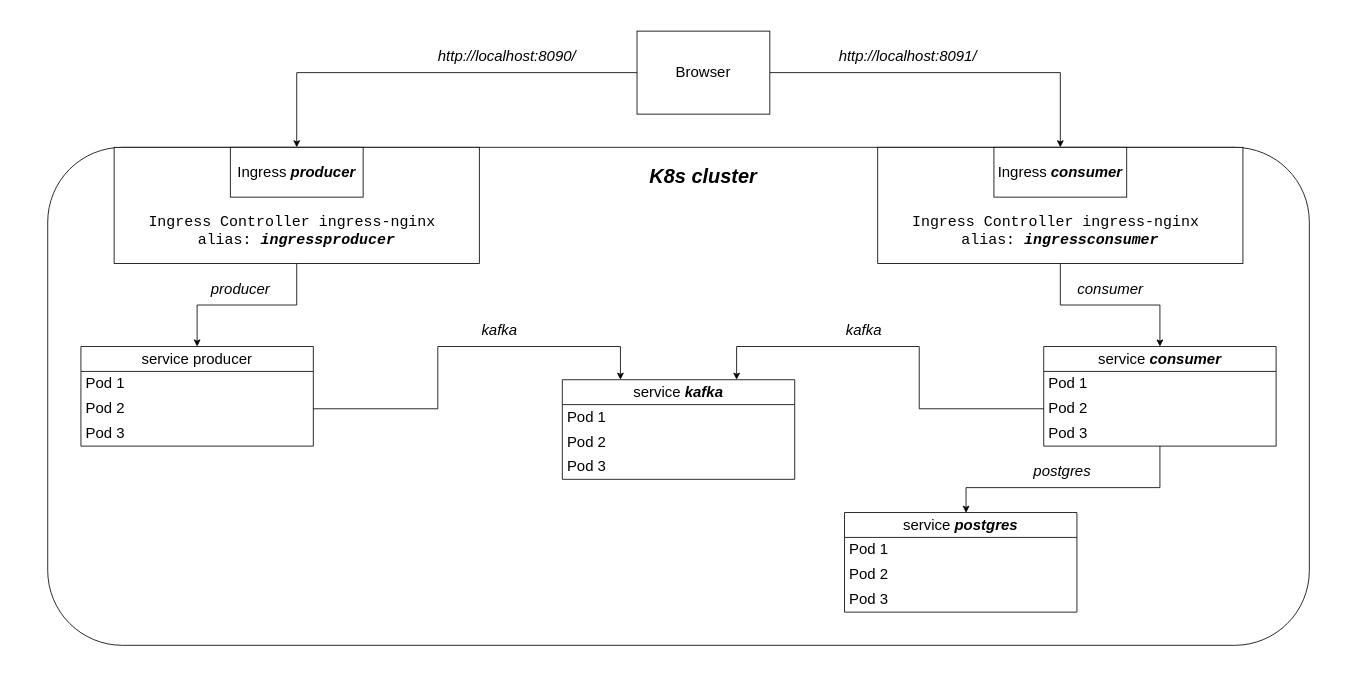
Before: docs/Cтруктура приложения в кластере K8s.drawio in Gorchanyuk/MonitoringSystemsUsingSpringKafka, a draw.io diagram. Source tidied: cells renumbered, new cells numbered last; positions are measured from the earlier drawing's top-left corner, leaving out a move shared by most shapes. Both pictures are drawn from the tidied source at 83%, with x=0, y=0 at pixel (47, 31).
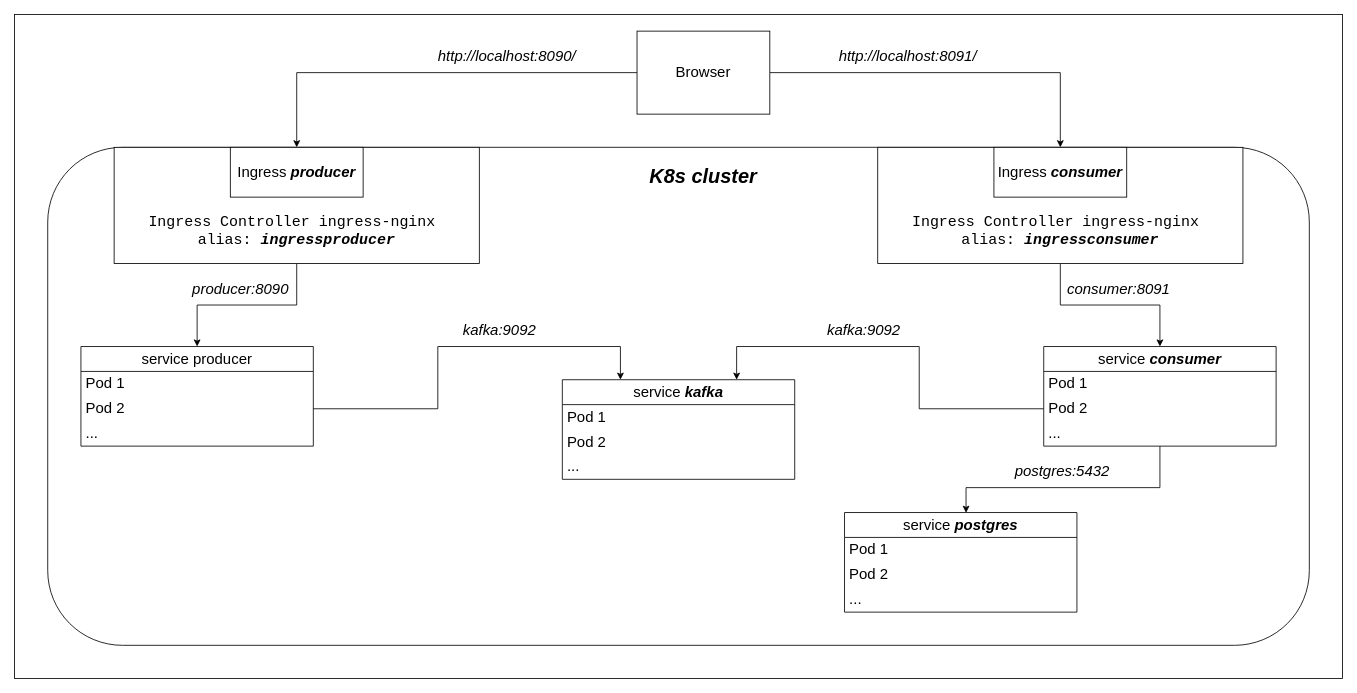
After the change.

Commit message (it also covers changes not shown here):
Отредактировал схему для Helm chart

Unchanged cells that the change refers to:
```xml
<mxCell id="8" style="edgeStyle=orthogonalEdgeStyle;rounded=0;jettySize=auto;html=1;" parent="1" edge="1" source="10" target="15">
  <mxGeometry relative="1" as="geometry" />
</mxCell>
<mxCell id="11" style="edgeStyle=orthogonalEdgeStyle;rounded=0;jettySize=auto;html=1;entryX=0.5;entryY=0;entryDx=0;entryDy=0;" parent="1" edge="1" source="13" target="21">
  <mxGeometry relative="1" as="geometry" />
</mxCell>
<mxCell id="15" value="&lt;font style=&quot;font-size: 18px;&quot;&gt;service producer&lt;/font&gt;" style="swimlane;fontStyle=0;horizontal=1;startSize=30;whiteSpace=wrap;html=1;" parent="1" vertex="1">
  <mxGeometry x="40" y="380" width="280" height="120" as="geometry" />
</mxCell>
<mxCell id="21" value="&lt;font style=&quot;font-size: 18px;&quot;&gt;service &lt;b&gt;&lt;i&gt;consumer&lt;/i&gt;&lt;/b&gt;&lt;/font&gt;" style="swimlane;fontStyle=0;horizontal=1;startSize=30;whiteSpace=wrap;html=1;" parent="1" vertex="1">
  <mxGeometry x="1200" y="380" width="280" height="120" as="geometry" />
</mxCell>
<mxCell id="25" value="&lt;font style=&quot;font-size: 18px;&quot;&gt;service &lt;i&gt;&lt;b&gt;kafka&lt;/b&gt;&lt;/i&gt;&lt;/font&gt;" style="swimlane;fontStyle=0;horizontal=1;startSize=30;whiteSpace=wrap;html=1;" parent="1" vertex="1">
  <mxGeometry x="620" y="420" width="280" height="120" as="geometry" />
</mxCell>
<mxCell id="29" style="edgeStyle=orthogonalEdgeStyle;rounded=0;jettySize=auto;html=1;entryX=0.25;entryY=0;entryDx=0;entryDy=0;" parent="1" edge="1" source="17" target="25">
  <mxGeometry relative="1" as="geometry">
    <Array as="points">
      <mxPoint x="470" y="455" />
      <mxPoint x="470" y="380" />
      <mxPoint x="690" y="380" />
    </Array>
  </mxGeometry>
</mxCell>
<mxCell id="31" style="edgeStyle=orthogonalEdgeStyle;rounded=0;jettySize=auto;html=1;entryX=0.75;entryY=0;entryDx=0;entryDy=0;" parent="1" edge="1" source="23" target="25">
  <mxGeometry relative="1" as="geometry">
    <Array as="points">
      <mxPoint x="1050" y="455" />
      <mxPoint x="1050" y="380" />
      <mxPoint x="830" y="380" />
    </Array>
  </mxGeometry>
</mxCell>
<mxCell id="33" value="&lt;font style=&quot;font-size: 18px;&quot;&gt;service &lt;b&gt;&lt;i&gt;postgres&lt;/i&gt;&lt;/b&gt;&lt;/font&gt;" style="swimlane;fontStyle=0;horizontal=1;startSize=30;whiteSpace=wrap;html=1;" parent="1" vertex="1">
  <mxGeometry x="960" y="580" width="280" height="120" as="geometry" />
</mxCell>
<mxCell id="37" style="edgeStyle=orthogonalEdgeStyle;rounded=0;jettySize=auto;html=1;entryX=0.523;entryY=0.003;entryDx=0;entryDy=0;entryPerimeter=0;" parent="1" edge="1" source="21" target="33">
  <mxGeometry relative="1" as="geometry">
    <Array as="points">
      <mxPoint x="1340" y="550" />
      <mxPoint x="1106" y="550" />
    </Array>
  </mxGeometry>
</mxCell>
```

Change to the diagram source:
```diff
@@
+    <mxCell id="39" style="rounded=0;whiteSpace=wrap;html=1;" parent="1" vertex="1">
+      <mxGeometry x="-40" y="-20" width="1600" height="800" as="geometry" />
+    </mxCell>
@@
-    <mxCell id="9" value="&lt;font style=&quot;font-size: 18px;&quot;&gt;&lt;i&gt;producer&lt;/i&gt;&lt;/font&gt;" style="edgeLabel;html=1;align=center;verticalAlign=middle;" parent="8" vertex="1">
+    <mxCell id="9" value="&lt;font style=&quot;font-size: 18px;&quot;&gt;&lt;i&gt;producer:8090&lt;/i&gt;&lt;/font&gt;" style="edgeLabel;html=1;align=center;verticalAlign=middle;" parent="8" vertex="1">
       <mxGeometry x="-0.1" y="2" relative="1" as="geometry">
         <mxPoint x="-20" y="-22" as="offset" />
       </mxGeometry>
     </mxCell>
@@
-    <mxCell id="12" value="&lt;font style=&quot;font-size: 18px;&quot;&gt;&lt;i&gt;consumer&lt;/i&gt;&lt;/font&gt;" style="edgeLabel;html=1;align=center;verticalAlign=middle;" parent="11" vertex="1">
+    <mxCell id="12" value="&lt;font style=&quot;font-size: 18px;&quot;&gt;&lt;i&gt;consumer:8091&lt;/i&gt;&lt;/font&gt;" style="edgeLabel;html=1;align=center;verticalAlign=middle;" parent="11" vertex="1">
       <mxGeometry x="0.2" y="-2" relative="1" as="geometry">
-        <mxPoint x="-23" y="-22" as="offset" />
+        <mxPoint x="-13" y="-22" as="offset" />
       </mxGeometry>
     </mxCell>
@@
-    <mxCell id="18" value="&lt;font style=&quot;font-size: 18px;&quot;&gt;Pod 3&lt;/font&gt;" style="text;strokeColor=none;fillColor=none;align=left;verticalAlign=middle;spacingLeft=4;spacingRight=4;overflow=hidden;whiteSpace=wrap;html=1;" parent="15" vertex="1">
+    <mxCell id="18" value="&lt;font style=&quot;font-size: 18px;&quot;&gt;...&lt;/font&gt;" style="text;strokeColor=none;fillColor=none;align=left;verticalAlign=middle;spacingLeft=4;spacingRight=4;overflow=hidden;whiteSpace=wrap;html=1;fontSize=18;" parent="15" vertex="1">
       <mxGeometry y="90" width="280" height="30" as="geometry" />
     </mxCell>
@@
-    <mxCell id="24" value="&lt;font style=&quot;font-size: 18px;&quot;&gt;Pod 3&lt;/font&gt;" style="text;strokeColor=none;fillColor=none;align=left;verticalAlign=middle;spacingLeft=4;spacingRight=4;overflow=hidden;whiteSpace=wrap;html=1;" parent="21" vertex="1">
+    <mxCell id="24" value="&lt;font style=&quot;font-size: 18px;&quot;&gt;...&lt;/font&gt;" style="text;strokeColor=none;fillColor=none;align=left;verticalAlign=middle;spacingLeft=4;spacingRight=4;overflow=hidden;whiteSpace=wrap;html=1;fontSize=18;" parent="21" vertex="1">
       <mxGeometry y="90" width="280" height="30" as="geometry" />
     </mxCell>
@@
-    <mxCell id="28" value="&lt;font style=&quot;font-size: 18px;&quot;&gt;Pod 3&lt;/font&gt;" style="text;strokeColor=none;fillColor=none;align=left;verticalAlign=middle;spacingLeft=4;spacingRight=4;overflow=hidden;whiteSpace=wrap;html=1;" parent="25" vertex="1">
+    <mxCell id="28" value="&lt;font style=&quot;font-size: 18px;&quot;&gt;...&lt;/font&gt;" style="text;strokeColor=none;fillColor=none;align=left;verticalAlign=middle;spacingLeft=4;spacingRight=4;overflow=hidden;whiteSpace=wrap;html=1;fontSize=18;" parent="25" vertex="1">
       <mxGeometry y="90" width="280" height="30" as="geometry" />
     </mxCell>
@@
-    <mxCell id="30" value="&lt;font style=&quot;font-size: 18px;&quot;&gt;&lt;i&gt;kafka&lt;/i&gt;&lt;/font&gt;" style="edgeLabel;html=1;align=center;verticalAlign=middle;" parent="29" vertex="1">
+    <mxCell id="30" value="&lt;font style=&quot;font-size: 18px;&quot;&gt;&lt;i&gt;kafka:9092&lt;/i&gt;&lt;/font&gt;" style="edgeLabel;html=1;align=center;verticalAlign=middle;" parent="29" vertex="1">
       <mxGeometry x="0.23" y="-3" relative="1" as="geometry">
         <mxPoint y="-23" as="offset" />
       </mxGeometry>
     </mxCell>
@@
-    <mxCell id="32" value="&lt;font style=&quot;font-size: 18px;&quot;&gt;&lt;i&gt;kafka&lt;/i&gt;&lt;/font&gt;" style="edgeLabel;html=1;align=center;verticalAlign=middle;" parent="31" vertex="1">
+    <mxCell id="32" value="&lt;font style=&quot;font-size: 18px;&quot;&gt;&lt;i&gt;kafka:9092&lt;/i&gt;&lt;/font&gt;" style="edgeLabel;html=1;align=center;verticalAlign=middle;" parent="31" vertex="1">
       <mxGeometry x="0.21" y="3" relative="1" as="geometry">
         <mxPoint y="-23" as="offset" />
       </mxGeometry>
     </mxCell>
@@
-    <mxCell id="36" value="&lt;font style=&quot;font-size: 18px;&quot;&gt;Pod 3&lt;/font&gt;" style="text;strokeColor=none;fillColor=none;align=left;verticalAlign=middle;spacingLeft=4;spacingRight=4;overflow=hidden;whiteSpace=wrap;html=1;" parent="33" vertex="1">
+    <mxCell id="36" value="&lt;font style=&quot;font-size: 18px;&quot;&gt;...&lt;/font&gt;" style="text;strokeColor=none;fillColor=none;align=left;verticalAlign=middle;spacingLeft=4;spacingRight=4;overflow=hidden;whiteSpace=wrap;html=1;fontSize=18;" parent="33" vertex="1">
       <mxGeometry y="90" width="280" height="30" as="geometry" />
     </mxCell>
@@
-    <mxCell id="38" value="&lt;i&gt;&lt;font style=&quot;font-size: 18px;&quot;&gt;postgres&lt;/font&gt;&lt;/i&gt;" style="edgeLabel;html=1;align=center;verticalAlign=middle;" parent="37" vertex="1">
+    <mxCell id="38" value="&lt;i&gt;&lt;font style=&quot;font-size: 18px;&quot;&gt;postgres:5432&lt;/font&gt;&lt;/i&gt;" style="edgeLabel;html=1;align=center;verticalAlign=middle;" parent="37" vertex="1">
       <mxGeometry x="-0.01" relative="1" as="geometry">
         <mxPoint x="-14" y="-20" as="offset" />
       </mxGeometry>
     </mxCell>
```
